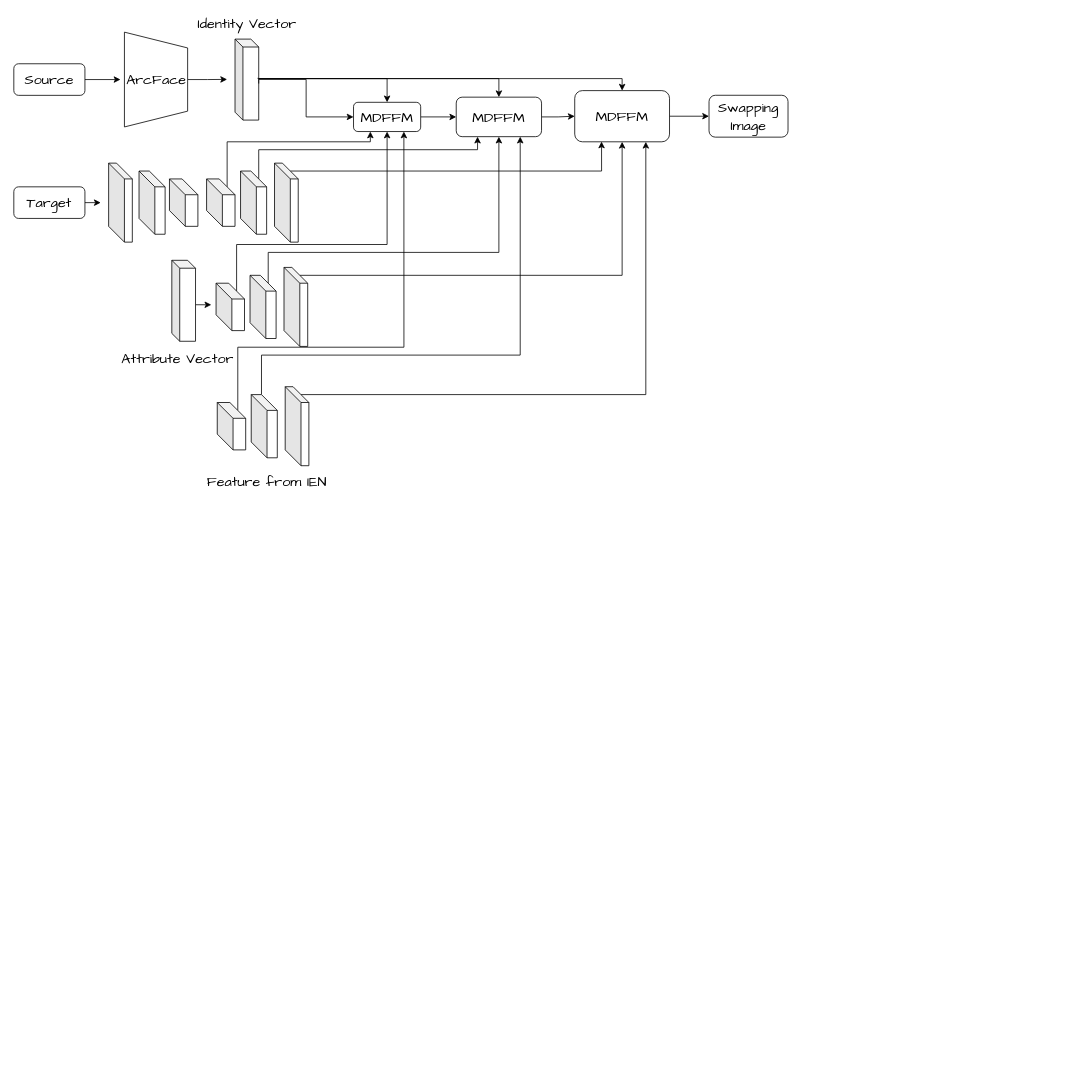
This is Untitled Diagram.drawio from liang23333/liang23333.github.io, a draw.io file, before an edit. Source tidied: cells renumbered, new cells numbered last; positions are measured from the earlier drawing's top-left corner, leaving out a move shared by most shapes. Both pictures are drawn from the tidied source at 79%, with x=0, y=0 at pixel (13, 15).
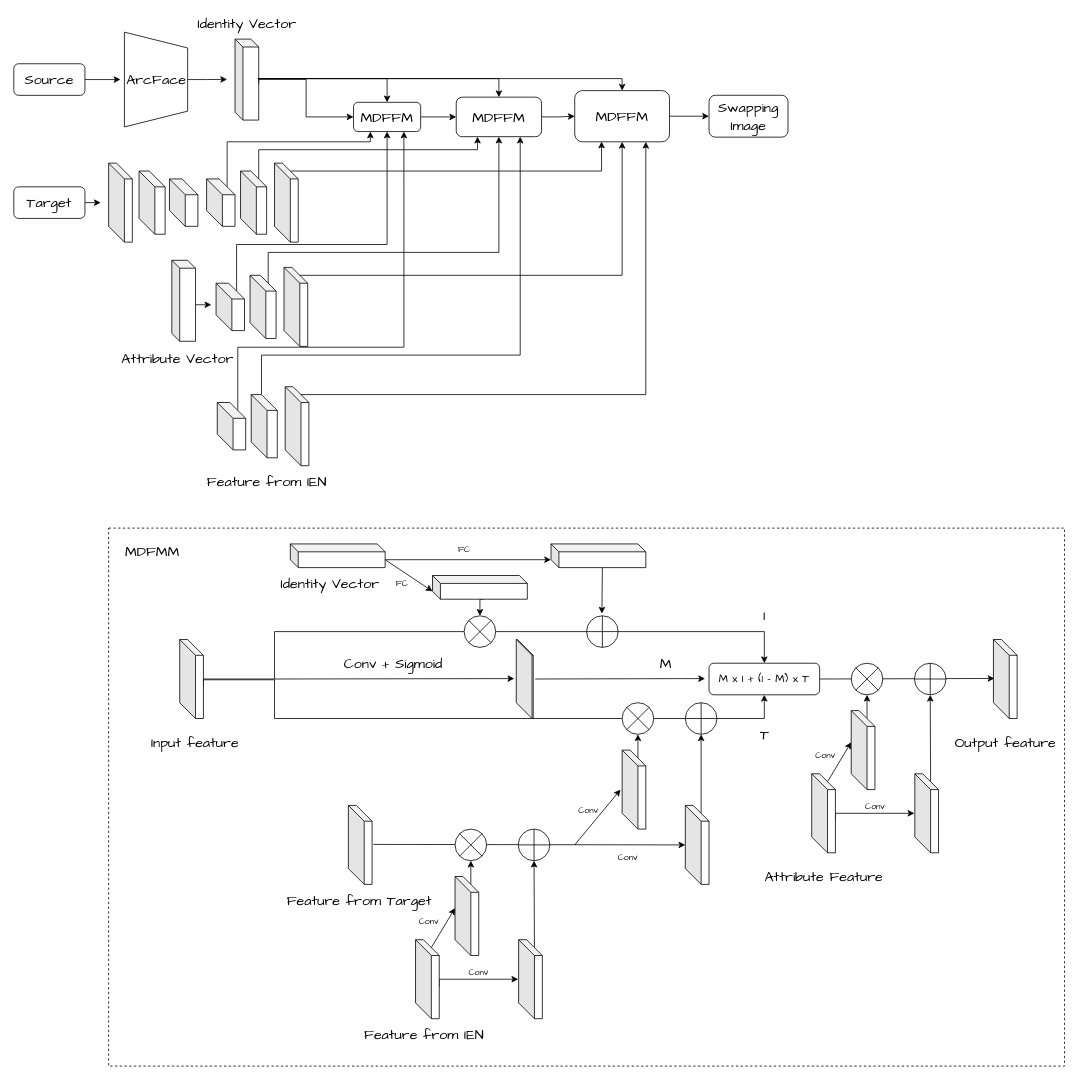
Above is the later version.

Commit message:
yangli_bmvc

Diff of the diagram source:
```diff
@@
+    <mxCell id="47" style="rounded=0;whiteSpace=wrap;html=1;align=left;dashed=1;" parent="1" vertex="1">
+      <mxGeometry x="120" y="649" width="1210" height="681" as="geometry" />
+    </mxCell>
@@
+    <mxCell id="48" style="rounded=0;jettySize=auto;html=1;exitX=0;exitY=0;exitDx=120;exitDy=20;exitPerimeter=0;entryX=0;entryY=0;entryDx=0;entryDy=20;entryPerimeter=0;" parent="1" edge="1" source="51" target="53">
+      <mxGeometry relative="1" as="geometry" />
+    </mxCell>
+    <mxCell id="49" style="edgeStyle=none;rounded=0;jettySize=auto;html=1;exitX=0;exitY=0;exitDx=120.00000000000001;exitDy=20;exitPerimeter=0;entryX=0;entryY=0;entryDx=0;entryDy=20.000000000000004;entryPerimeter=0;" parent="1" edge="1" source="51" target="57">
+      <mxGeometry relative="1" as="geometry" />
+    </mxCell>
+    <mxCell id="50" value="&lt;font face=&quot;Comic Sans MS&quot;&gt;FC&lt;/font&gt;" style="edgeLabel;html=1;align=center;verticalAlign=middle;" parent="49" vertex="1">
+      <mxGeometry x="0.04" y="6" relative="1" as="geometry">
+        <mxPoint x="-14" y="14" as="offset" />
+      </mxGeometry>
+    </mxCell>
+    <mxCell id="51" style="shape=cube;whiteSpace=wrap;html=1;boundedLbl=1;backgroundOutline=1;darkOpacity=0.05;darkOpacity2=0.1;size=10;" parent="1" vertex="1">
+      <mxGeometry x="350" y="669" width="120" height="30" as="geometry" />
+    </mxCell>
+    <mxCell id="52" style="edgeStyle=none;rounded=0;jettySize=auto;html=1;exitX=0;exitY=0;exitDx=65;exitDy=30;exitPerimeter=0;entryX=0.485;entryY=-0.069;entryDx=0;entryDy=0;entryPerimeter=0;" parent="1" edge="1" source="53" target="64">
+      <mxGeometry relative="1" as="geometry" />
+    </mxCell>
+    <mxCell id="53" style="shape=cube;whiteSpace=wrap;html=1;boundedLbl=1;backgroundOutline=1;darkOpacity=0.05;darkOpacity2=0.1;size=10;" parent="1" vertex="1">
+      <mxGeometry x="680" y="669" width="120" height="30" as="geometry" />
+    </mxCell>
+    <mxCell id="54" value="&lt;font style=&quot;font-size: 18px&quot; face=&quot;Comic Sans MS&quot;&gt;Identity Vector&lt;/font&gt;" style="text;html=1;align=center;verticalAlign=middle;fillColor=none;strokeColor=none;rounded=0;" parent="1" vertex="1">
+      <mxGeometry x="325" y="709" width="150" height="20" as="geometry" />
+    </mxCell>
+    <mxCell id="55" style="endArrow=classic;html=1;entryX=-0.067;entryY=0.5;entryDx=0;entryDy=0;entryPerimeter=0;" parent="1" edge="1" target="81">
+      <mxGeometry relative="1" as="geometry">
+        <mxPoint x="710" y="1050" as="sourcePoint" />
+      </mxGeometry>
+    </mxCell>
+    <mxCell id="56" style="edgeStyle=orthogonalEdgeStyle;rounded=0;jettySize=auto;html=1;exitX=0;exitY=0;exitDx=65;exitDy=30;exitPerimeter=0;entryX=0.5;entryY=0;entryDx=0;entryDy=0;" parent="1" edge="1" source="57" target="62">
+      <mxGeometry relative="1" as="geometry" />
+    </mxCell>
+    <mxCell id="57" style="shape=cube;whiteSpace=wrap;html=1;boundedLbl=1;backgroundOutline=1;darkOpacity=0.05;darkOpacity2=0.1;size=10;" parent="1" vertex="1">
+      <mxGeometry x="530" y="709" width="120" height="30" as="geometry" />
+    </mxCell>
+    <mxCell id="58" value="&lt;font face=&quot;Comic Sans MS&quot;&gt;FC&lt;/font&gt;" style="edgeLabel;html=1;align=center;verticalAlign=middle;" parent="1" vertex="1">
+      <mxGeometry x="580" y="679" as="geometry">
+        <mxPoint x="-11" y="-4" as="offset" />
+      </mxGeometry>
+    </mxCell>
+    <mxCell id="59" style="edgeStyle=orthogonalEdgeStyle;rounded=0;jettySize=auto;html=1;exitX=0;exitY=0;exitDx=30.000000000000004;exitDy=60;exitPerimeter=0;entryX=0.5;entryY=0;entryDx=0;entryDy=0;" parent="1" edge="1" source="60" target="93">
+      <mxGeometry relative="1" as="geometry">
+        <Array as="points">
+          <mxPoint x="240" y="840" />
+          <mxPoint x="330" y="840" />
+          <mxPoint x="330" y="780" />
+          <mxPoint x="950" y="780" />
+        </Array>
+      </mxGeometry>
+    </mxCell>
+    <mxCell id="60" style="shape=cube;whiteSpace=wrap;html=1;boundedLbl=1;backgroundOutline=1;darkOpacity=0.05;darkOpacity2=0.1;" parent="1" vertex="1">
+      <mxGeometry x="210" y="790" width="30" height="100" as="geometry" />
+    </mxCell>
+    <mxCell id="61" value="&lt;font style=&quot;font-size: 18px&quot; face=&quot;Comic Sans MS&quot;&gt;Input feature&lt;/font&gt;" style="text;html=1;align=center;verticalAlign=middle;fillColor=none;strokeColor=none;rounded=0;" parent="1" vertex="1">
+      <mxGeometry x="163.5" y="910" width="130" height="20" as="geometry" />
+    </mxCell>
+    <mxCell id="62" style="shape=sumEllipse;perimeter=ellipsePerimeter;whiteSpace=wrap;html=1;backgroundOutline=1;" parent="1" vertex="1">
+      <mxGeometry x="570" y="760" width="40" height="40" as="geometry" />
+    </mxCell>
+    <mxCell id="63" value="&lt;font style=&quot;font-size: 18px&quot; face=&quot;Comic Sans MS&quot;&gt;Attribute Feature&lt;/font&gt;" style="text;html=1;align=center;verticalAlign=middle;fillColor=none;strokeColor=none;rounded=0;" parent="1" vertex="1">
+      <mxGeometry x="940" y="1080" width="170" height="20" as="geometry" />
+    </mxCell>
+    <mxCell id="64" style="shape=orEllipse;perimeter=ellipsePerimeter;whiteSpace=wrap;html=1;backgroundOutline=1;" parent="1" vertex="1">
+      <mxGeometry x="725" y="760" width="40" height="40" as="geometry" />
+    </mxCell>
+    <mxCell id="65" style="edgeStyle=none;rounded=0;jettySize=auto;html=1;exitX=1.05;exitY=0.494;exitDx=0;exitDy=0;exitPerimeter=0;entryX=0;entryY=0.5;entryDx=0;entryDy=0;entryPerimeter=0;" parent="1" edge="1" source="66" target="83">
+      <mxGeometry relative="1" as="geometry" />
+    </mxCell>
+    <mxCell id="66" style="shape=cube;whiteSpace=wrap;html=1;boundedLbl=1;backgroundOutline=1;darkOpacity=0.05;darkOpacity2=0.1;" parent="1" vertex="1">
+      <mxGeometry x="423.5" y="1000" width="30" height="100" as="geometry" />
+    </mxCell>
+    <mxCell id="67" value="&lt;font style=&quot;font-size: 18px&quot; face=&quot;Comic Sans MS&quot;&gt;Feature from Target&lt;/font&gt;" style="text;html=1;align=center;verticalAlign=middle;fillColor=none;strokeColor=none;rounded=0;" parent="1" vertex="1">
+      <mxGeometry x="342" y="1110" width="190" height="20" as="geometry" />
+    </mxCell>
+    <mxCell id="68" style="edgeStyle=orthogonalEdgeStyle;rounded=0;jettySize=auto;html=1;exitX=0;exitY=0;exitDx=30;exitDy=60;exitPerimeter=0;" parent="1" edge="1" source="71">
+      <mxGeometry relative="1" as="geometry">
+        <mxPoint x="638.5" y="1220" as="targetPoint" />
+        <Array as="points">
+          <mxPoint x="538.5" y="1220" />
+        </Array>
+      </mxGeometry>
+    </mxCell>
+    <mxCell id="69" value="&lt;font face=&quot;Comic Sans MS&quot;&gt;Conv&lt;/font&gt;" style="edgeLabel;html=1;align=center;verticalAlign=middle;" parent="68" vertex="1">
+      <mxGeometry x="0.08" y="2" relative="1" as="geometry">
+        <mxPoint y="-8" as="offset" />
+      </mxGeometry>
+    </mxCell>
+    <mxCell id="70" style="rounded=0;jettySize=auto;html=1;exitX=0;exitY=0;exitDx=20;exitDy=10;exitPerimeter=0;entryX=0;entryY=0;entryDx=0;entryDy=40;entryPerimeter=0;" parent="1" edge="1" source="71" target="74">
+      <mxGeometry relative="1" as="geometry" />
+    </mxCell>
+    <mxCell id="71" style="shape=cube;whiteSpace=wrap;html=1;boundedLbl=1;backgroundOutline=1;darkOpacity=0.05;darkOpacity2=0.1;" parent="1" vertex="1">
+      <mxGeometry x="508.5" y="1170" width="30" height="100" as="geometry" />
+    </mxCell>
+    <mxCell id="72" value="&lt;font style=&quot;font-size: 18px&quot; face=&quot;Comic Sans MS&quot;&gt;Feature from IEN&lt;/font&gt;" style="text;html=1;align=center;verticalAlign=middle;fillColor=none;strokeColor=none;rounded=0;" parent="1" vertex="1">
+      <mxGeometry x="433.5" y="1280" width="170" height="20" as="geometry" />
+    </mxCell>
+    <mxCell id="73" style="edgeStyle=none;rounded=0;jettySize=auto;html=1;exitX=0;exitY=0;exitDx=20;exitDy=10;exitPerimeter=0;" parent="1" edge="1" source="74" target="78">
+      <mxGeometry relative="1" as="geometry" />
+    </mxCell>
+    <mxCell id="74" style="shape=cube;whiteSpace=wrap;html=1;boundedLbl=1;backgroundOutline=1;darkOpacity=0.05;darkOpacity2=0.1;" parent="1" vertex="1">
+      <mxGeometry x="558.5" y="1090" width="30" height="100" as="geometry" />
+    </mxCell>
+    <mxCell id="75" style="edgeStyle=none;rounded=0;jettySize=auto;html=1;exitX=0;exitY=0;exitDx=20;exitDy=10;exitPerimeter=0;entryX=0.5;entryY=1;entryDx=0;entryDy=0;" parent="1" edge="1" source="76" target="79">
+      <mxGeometry relative="1" as="geometry" />
+    </mxCell>
+    <mxCell id="76" style="shape=cube;whiteSpace=wrap;html=1;boundedLbl=1;backgroundOutline=1;darkOpacity=0.05;darkOpacity2=0.1;" parent="1" vertex="1">
+      <mxGeometry x="639" y="1170" width="30" height="100" as="geometry" />
+    </mxCell>
+    <mxCell id="77" value="&lt;font face=&quot;Comic Sans MS&quot;&gt;Conv&lt;/font&gt;" style="edgeLabel;html=1;align=center;verticalAlign=middle;" parent="1" vertex="1">
+      <mxGeometry x="598.5" y="1220" as="geometry">
+        <mxPoint x="-74" y="-75" as="offset" />
+      </mxGeometry>
+    </mxCell>
+    <mxCell id="78" style="shape=sumEllipse;perimeter=ellipsePerimeter;whiteSpace=wrap;html=1;backgroundOutline=1;" parent="1" vertex="1">
+      <mxGeometry x="558.5" y="1030" width="40" height="40" as="geometry" />
+    </mxCell>
+    <mxCell id="79" style="shape=orEllipse;perimeter=ellipsePerimeter;whiteSpace=wrap;html=1;backgroundOutline=1;" parent="1" vertex="1">
+      <mxGeometry x="638.5" y="1030" width="40" height="40" as="geometry" />
+    </mxCell>
+    <mxCell id="80" style="edgeStyle=none;rounded=0;jettySize=auto;html=1;exitX=0;exitY=0;exitDx=20;exitDy=10;exitPerimeter=0;" parent="1" edge="1" source="81">
+      <mxGeometry relative="1" as="geometry">
+        <mxPoint x="790" y="910" as="targetPoint" />
+      </mxGeometry>
+    </mxCell>
+    <mxCell id="81" style="shape=cube;whiteSpace=wrap;html=1;boundedLbl=1;backgroundOutline=1;darkOpacity=0.05;darkOpacity2=0.1;" parent="1" vertex="1">
+      <mxGeometry x="770" y="930" width="30" height="100" as="geometry" />
+    </mxCell>
+    <mxCell id="82" style="edgeStyle=none;rounded=0;jettySize=auto;html=1;exitX=0;exitY=0;exitDx=20;exitDy=10;exitPerimeter=0;" parent="1" edge="1" source="83">
+      <mxGeometry relative="1" as="geometry">
+        <mxPoint x="870" y="910" as="targetPoint" />
+      </mxGeometry>
+    </mxCell>
+    <mxCell id="83" style="shape=cube;whiteSpace=wrap;html=1;boundedLbl=1;backgroundOutline=1;darkOpacity=0.05;darkOpacity2=0.1;" parent="1" vertex="1">
+      <mxGeometry x="850" y="1000" width="30" height="100" as="geometry" />
+    </mxCell>
+    <mxCell id="84" value="&lt;font face=&quot;Comic Sans MS&quot;&gt;Conv&lt;/font&gt;" style="edgeLabel;html=1;align=center;verticalAlign=middle;" parent="1" vertex="1">
+      <mxGeometry x="800" y="1080" as="geometry">
+        <mxPoint x="-74" y="-75" as="offset" />
+      </mxGeometry>
+    </mxCell>
+    <mxCell id="85" value="&lt;font face=&quot;Comic Sans MS&quot;&gt;Conv&lt;/font&gt;" style="edgeLabel;html=1;align=center;verticalAlign=middle;" parent="1" vertex="1">
+      <mxGeometry x="850" y="1140" as="geometry">
+        <mxPoint x="-74" y="-75" as="offset" />
+      </mxGeometry>
+    </mxCell>
+    <mxCell id="86" style="edgeStyle=orthogonalEdgeStyle;rounded=0;jettySize=auto;html=1;exitX=1;exitY=0.51;exitDx=0;exitDy=0;exitPerimeter=0;entryX=0.5;entryY=1;entryDx=0;entryDy=0;" parent="1" edge="1" source="60" target="93">
+      <mxGeometry relative="1" as="geometry">
+        <Array as="points">
+          <mxPoint x="330" y="841" />
+          <mxPoint x="330" y="890" />
+          <mxPoint x="950" y="890" />
+        </Array>
+      </mxGeometry>
+    </mxCell>
+    <mxCell id="87" style="shape=sumEllipse;perimeter=ellipsePerimeter;whiteSpace=wrap;html=1;backgroundOutline=1;" parent="1" vertex="1">
+      <mxGeometry x="770" y="870" width="40" height="40" as="geometry" />
+    </mxCell>
+    <mxCell id="88" style="shape=orEllipse;perimeter=ellipsePerimeter;whiteSpace=wrap;html=1;backgroundOutline=1;" parent="1" vertex="1">
+      <mxGeometry x="850" y="870" width="40" height="40" as="geometry" />
+    </mxCell>
+    <mxCell id="89" style="shape=cube;whiteSpace=wrap;html=1;boundedLbl=1;backgroundOutline=1;darkOpacity=0.05;darkOpacity2=0.1;" parent="1" vertex="1">
+      <mxGeometry x="636" y="790" width="21.5" height="100" as="geometry" />
+    </mxCell>
+    <mxCell id="90" style="endArrow=classic;html=1;" parent="1" edge="1">
+      <mxGeometry relative="1" as="geometry">
+        <mxPoint x="330" y="840" as="sourcePoint" />
+        <mxPoint x="633.5" y="839.5" as="targetPoint" />
+        <Array as="points">
+          <mxPoint x="603.5" y="839.5" />
+        </Array>
+      </mxGeometry>
+    </mxCell>
+    <mxCell id="91" style="endArrow=classic;html=1;" parent="1" edge="1">
+      <mxGeometry relative="1" as="geometry">
+        <mxPoint x="660" y="840" as="sourcePoint" />
+        <mxPoint x="875" y="839.5" as="targetPoint" />
+        <Array as="points">
+          <mxPoint x="845" y="839.5" />
+        </Array>
+      </mxGeometry>
+    </mxCell>
+    <mxCell id="92" style="edgeStyle=none;rounded=0;jettySize=auto;html=1;exitX=1;exitY=0.5;exitDx=0;exitDy=0;entryX=0.044;entryY=0.493;entryDx=0;entryDy=0;entryPerimeter=0;" parent="1" edge="1" source="93" target="97">
+      <mxGeometry relative="1" as="geometry" />
+    </mxCell>
+    <mxCell id="93" value="&lt;font face=&quot;Comic Sans MS&quot; style=&quot;font-size: 14px&quot;&gt;M x I + (1 - M) x T&lt;/font&gt;" style="rounded=1;whiteSpace=wrap;html=1;" parent="1" vertex="1">
+      <mxGeometry x="880" y="820" width="140" height="40" as="geometry" />
+    </mxCell>
+    <mxCell id="94" value="&lt;font style=&quot;font-size: 18px&quot; face=&quot;Comic Sans MS&quot;&gt;T&lt;/font&gt;" style="text;html=1;align=center;verticalAlign=middle;fillColor=none;strokeColor=none;rounded=0;" parent="1" vertex="1">
+      <mxGeometry x="935" y="900" width="30" height="20" as="geometry" />
+    </mxCell>
+    <mxCell id="95" value="&lt;font style=&quot;font-size: 18px&quot; face=&quot;Comic Sans MS&quot;&gt;I&lt;/font&gt;" style="text;html=1;align=center;verticalAlign=middle;fillColor=none;strokeColor=none;rounded=0;" parent="1" vertex="1">
+      <mxGeometry x="935" y="750" width="30" height="20" as="geometry" />
+    </mxCell>
+    <mxCell id="96" value="&lt;font style=&quot;font-size: 18px&quot; face=&quot;Comic Sans MS&quot;&gt;M&lt;/font&gt;" style="text;html=1;align=center;verticalAlign=middle;fillColor=none;strokeColor=none;rounded=0;" parent="1" vertex="1">
+      <mxGeometry x="810" y="810" width="30" height="20" as="geometry" />
+    </mxCell>
+    <mxCell id="97" style="shape=cube;whiteSpace=wrap;html=1;boundedLbl=1;backgroundOutline=1;darkOpacity=0.05;darkOpacity2=0.1;" parent="1" vertex="1">
+      <mxGeometry x="1240" y="790" width="30" height="100" as="geometry" />
+    </mxCell>
+    <mxCell id="98" value="&lt;font style=&quot;font-size: 18px&quot; face=&quot;Comic Sans MS&quot;&gt;Output feature&lt;/font&gt;" style="text;html=1;align=center;verticalAlign=middle;fillColor=none;strokeColor=none;rounded=0;" parent="1" vertex="1">
+      <mxGeometry x="1180" y="910" width="150" height="20" as="geometry" />
+    </mxCell>
+    <mxCell id="99" value="&lt;font style=&quot;font-size: 18px&quot; face=&quot;Comic Sans MS&quot;&gt;MDFMM&lt;/font&gt;" style="text;html=1;align=center;verticalAlign=middle;fillColor=none;strokeColor=none;rounded=0;" parent="1" vertex="1">
+      <mxGeometry x="130" y="669" width="90" height="20" as="geometry" />
+    </mxCell>
+    <mxCell id="100" value="&lt;font style=&quot;font-size: 18px&quot; face=&quot;Comic Sans MS&quot;&gt;Conv + Sigmoid&lt;/font&gt;" style="text;html=1;align=center;verticalAlign=middle;fillColor=none;strokeColor=none;rounded=0;" parent="1" vertex="1">
+      <mxGeometry x="410" y="810" width="140" height="20" as="geometry" />
+    </mxCell>
+    <mxCell id="101" style="edgeStyle=orthogonalEdgeStyle;rounded=0;jettySize=auto;html=1;exitX=0;exitY=0;exitDx=30;exitDy=60;exitPerimeter=0;" parent="1" edge="1" source="104">
+      <mxGeometry relative="1" as="geometry">
+        <mxPoint x="1140" y="1010" as="targetPoint" />
+        <Array as="points">
+          <mxPoint x="1040" y="1010" />
+        </Array>
+      </mxGeometry>
+    </mxCell>
+    <mxCell id="102" value="&lt;font face=&quot;Comic Sans MS&quot;&gt;Conv&lt;/font&gt;" style="edgeLabel;html=1;align=center;verticalAlign=middle;" parent="101" vertex="1">
+      <mxGeometry x="0.08" y="2" relative="1" as="geometry">
+        <mxPoint y="-8" as="offset" />
+      </mxGeometry>
+    </mxCell>
+    <mxCell id="103" style="rounded=0;jettySize=auto;html=1;exitX=0;exitY=0;exitDx=20;exitDy=10;exitPerimeter=0;entryX=0;entryY=0;entryDx=0;entryDy=40;entryPerimeter=0;" parent="1" edge="1" source="104" target="106">
+      <mxGeometry relative="1" as="geometry" />
+    </mxCell>
+    <mxCell id="104" style="shape=cube;whiteSpace=wrap;html=1;boundedLbl=1;backgroundOutline=1;darkOpacity=0.05;darkOpacity2=0.1;" parent="1" vertex="1">
+      <mxGeometry x="1010" y="960" width="30" height="100" as="geometry" />
+    </mxCell>
+    <mxCell id="105" style="edgeStyle=none;rounded=0;jettySize=auto;html=1;exitX=0;exitY=0;exitDx=20;exitDy=10;exitPerimeter=0;" parent="1" edge="1" source="106" target="110">
+      <mxGeometry relative="1" as="geometry" />
+    </mxCell>
+    <mxCell id="106" style="shape=cube;whiteSpace=wrap;html=1;boundedLbl=1;backgroundOutline=1;darkOpacity=0.05;darkOpacity2=0.1;" parent="1" vertex="1">
+      <mxGeometry x="1060" y="880" width="30" height="100" as="geometry" />
+    </mxCell>
+    <mxCell id="107" style="edgeStyle=none;rounded=0;jettySize=auto;html=1;exitX=0;exitY=0;exitDx=20;exitDy=10;exitPerimeter=0;entryX=0.5;entryY=1;entryDx=0;entryDy=0;" parent="1" edge="1" source="108" target="111">
+      <mxGeometry relative="1" as="geometry" />
+    </mxCell>
+    <mxCell id="108" style="shape=cube;whiteSpace=wrap;html=1;boundedLbl=1;backgroundOutline=1;darkOpacity=0.05;darkOpacity2=0.1;" parent="1" vertex="1">
+      <mxGeometry x="1140.5" y="960" width="30" height="100" as="geometry" />
+    </mxCell>
+    <mxCell id="109" value="&lt;font face=&quot;Comic Sans MS&quot;&gt;Conv&lt;/font&gt;" style="edgeLabel;html=1;align=center;verticalAlign=middle;" parent="1" vertex="1">
+      <mxGeometry x="1100" y="1010" as="geometry">
+        <mxPoint x="-74" y="-75" as="offset" />
+      </mxGeometry>
+    </mxCell>
+    <mxCell id="110" style="shape=sumEllipse;perimeter=ellipsePerimeter;whiteSpace=wrap;html=1;backgroundOutline=1;" parent="1" vertex="1">
+      <mxGeometry x="1060" y="820" width="40" height="40" as="geometry" />
+    </mxCell>
+    <mxCell id="111" style="shape=orEllipse;perimeter=ellipsePerimeter;whiteSpace=wrap;html=1;backgroundOutline=1;" parent="1" vertex="1">
+      <mxGeometry x="1140" y="820" width="40" height="40" as="geometry" />
+    </mxCell>
```
